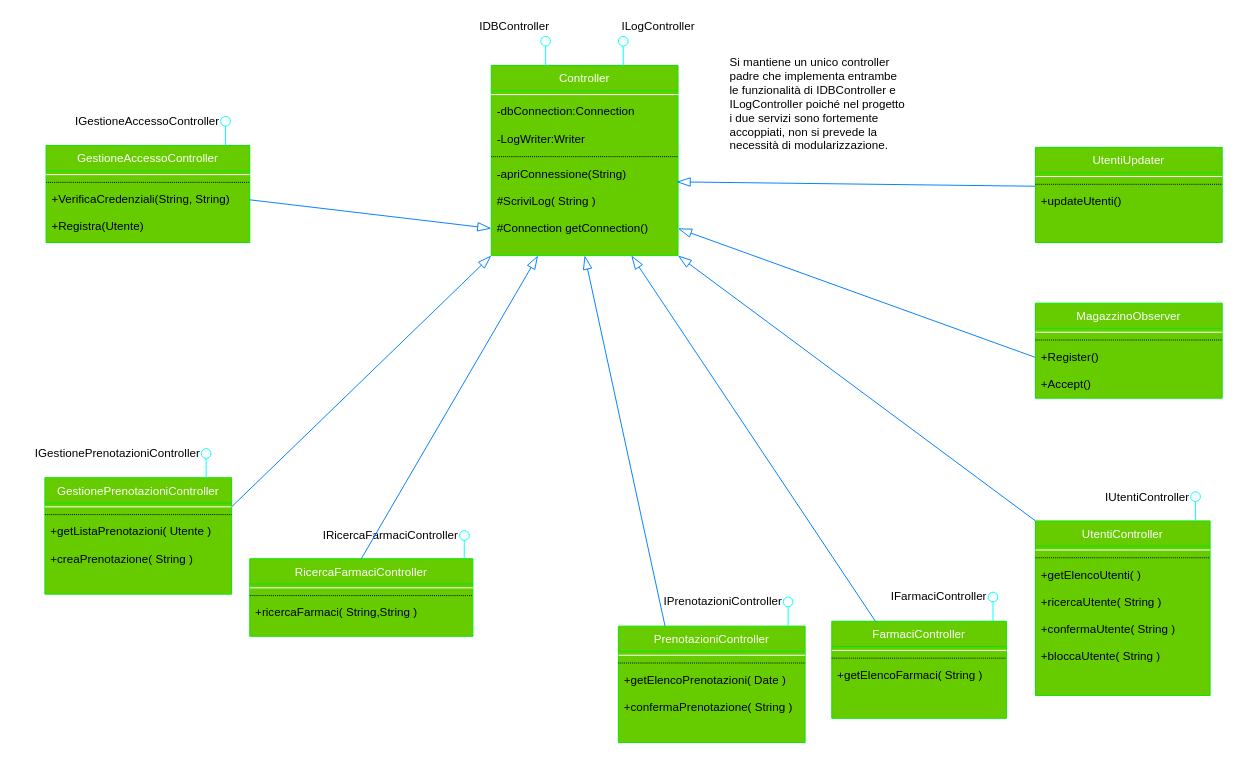
The draw.io diagram page "ControllerGenerale" (4 of 4) of drawio/Progettazione/DettaglioBrokerLoginInterfacce.drawio in lnwor/farmabyte-doc, before the edit. Source tidied: cells renumbered, new cells numbered last; positions are measured from the earlier drawing's top-left corner, leaving out a move shared by most shapes. Both pictures are drawn from the tidied source at 97%, with x=0, y=0 at pixel (16, 16).
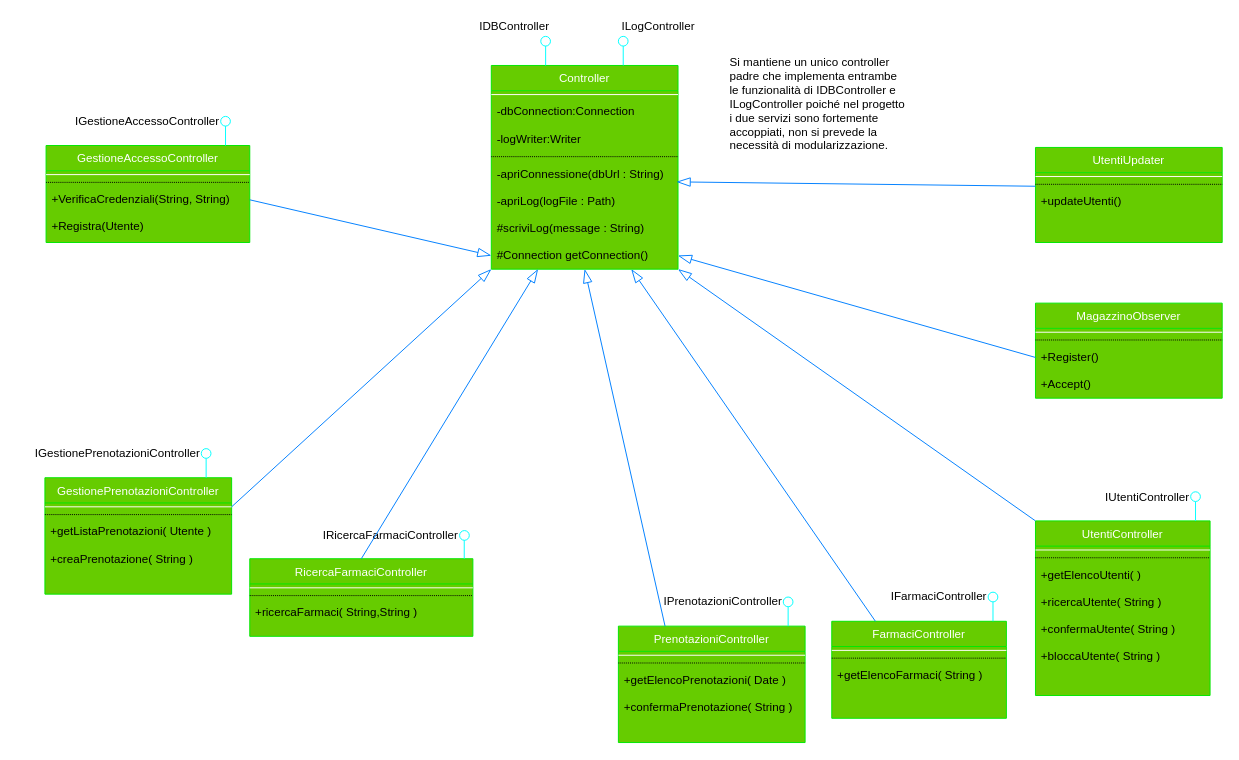
Above is the later version.

Change to the diagram source:
```diff
@@
     <mxCell id="2" value="Controller" style="swimlane;fontStyle=0;align=center;verticalAlign=top;horizontal=1;startSize=26;rounded=0;shadow=0;strokeWidth=1;fontColor=#ffffff;swimlaneFillColor=#66CC00;strokeColor=#00E800;fillColor=#66CC00;" parent="1" vertex="1">
-      <mxGeometry x="489" y="50" width="192.5" height="196" as="geometry" />
+      <mxGeometry x="489" y="50" width="192.5" height="210" as="geometry" />
     </mxCell>
@@
-    <mxCell id="5" value="-LogWriter:Writer" style="text;align=left;verticalAlign=top;spacingLeft=4;spacingRight=4;overflow=hidden;" parent="2" vertex="1">
+    <mxCell id="5" value="-logWriter:Writer" style="text;align=left;verticalAlign=top;spacingLeft=4;spacingRight=4;overflow=hidden;" parent="2" vertex="1">
       <mxGeometry y="62" width="192.5" height="28" as="geometry" />
     </mxCell>
@@
-    <mxCell id="7" value="-apriConnessione(String)" style="text;align=left;verticalAlign=top;spacingLeft=4;spacingRight=4;overflow=hidden;" parent="2" vertex="1">
+    <mxCell id="7" value="-apriConnessione(dbUrl : String)" style="text;align=left;verticalAlign=top;spacingLeft=4;spacingRight=4;overflow=hidden;" parent="2" vertex="1">
       <mxGeometry y="98" width="192.5" height="28" as="geometry" />
     </mxCell>
+    <mxCell id="82" value="-apriLog(logFile : Path)" style="text;align=left;verticalAlign=top;spacingLeft=4;spacingRight=4;overflow=hidden;" parent="2" vertex="1">
+      <mxGeometry y="126" width="192.5" height="28" as="geometry" />
+    </mxCell>
-    <mxCell id="8" value="#ScriviLog( String )" style="text;align=left;verticalAlign=top;spacingLeft=4;spacingRight=4;overflow=hidden;" parent="2" vertex="1">
-      <mxGeometry y="126" width="192.5" height="28" as="geometry" />
+    <mxCell id="8" value="#scriviLog(message : String)" style="text;align=left;verticalAlign=top;spacingLeft=4;spacingRight=4;overflow=hidden;" parent="2" vertex="1">
+      <mxGeometry y="154" width="192.5" height="28" as="geometry" />
     </mxCell>
     <mxCell id="9" value="#Connection getConnection()" style="text;align=left;verticalAlign=top;spacingLeft=4;spacingRight=4;overflow=hidden;points=[[0,0.5],[1,0.5]];portConstraint=eastwest;" parent="2" vertex="1">
-      <mxGeometry y="154" width="192.5" height="28" as="geometry" />
+      <mxGeometry y="182" width="192.5" height="28" as="geometry" />
     </mxCell>
```
